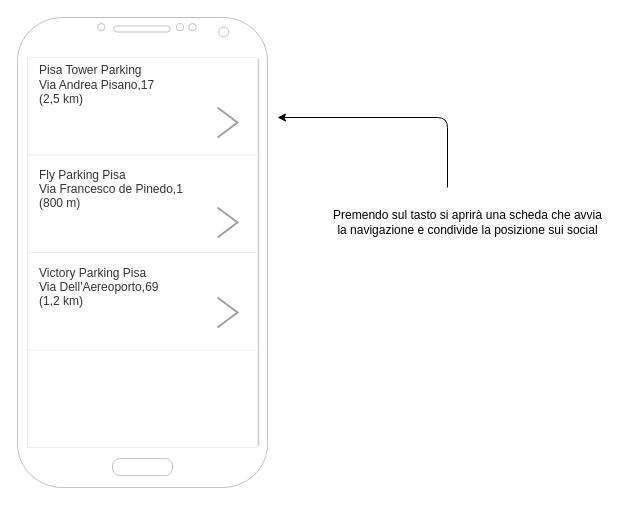
Earlier version of the draw.io diagram Wireframe.drawio (atzorialex/2020-21-webdesign-verifica). Source tidied: cells renumbered, new cells numbered last; positions are measured from the earlier drawing's top-left corner, leaving out a move shared by most shapes. Both pictures are drawn from the tidied source at 100%, with x=0, y=0 at pixel (17, 17).
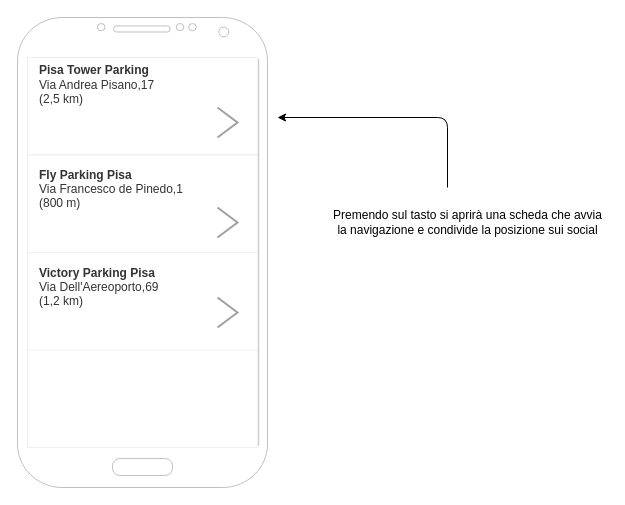
The same diagram, later.

Diff of the diagram source:
```diff
@@
 <mxGraphModel>
   <root>
     <mxCell id="0" />
     <mxCell id="1" parent="0" />
     <mxCell id="2" style="verticalLabelPosition=bottom;verticalAlign=top;html=1;shadow=0;dashed=0;strokeWidth=1;shape=mxgraph.android.phone2;strokeColor=#c0c0c0;" parent="1" vertex="1">
       <mxGeometry width="250" height="470" as="geometry" />
     </mxCell>
     <mxCell id="3" style="strokeWidth=1;html=1;shadow=0;dashed=0;shape=mxgraph.android.rrect;rSize=0;strokeColor=#eeeeee;fillColor=#ffffff;gradientColor=none;" parent="1" vertex="1">
       <mxGeometry x="10" y="40" width="230" height="390" as="geometry" />
     </mxCell>
-    <mxCell id="4" value="&lt;span style=&quot;font-size: 12px&quot;&gt;Pisa Tower Parking&lt;br&gt;Via Andrea Pisano,17&lt;br&gt;(2,5 km)&lt;br&gt;&lt;br&gt;&lt;br&gt;&lt;br&gt;&lt;/span&gt;" style="strokeColor=inherit;fillColor=inherit;gradientColor=inherit;strokeWidth=1;html=1;shadow=0;dashed=0;shape=mxgraph.android.rrect;rSize=0;align=left;spacingLeft=10;fontSize=8;fontColor=#333333;" parent="3" vertex="1">
+    <mxCell id="4" value="&lt;span style=&quot;font-size: 12px&quot;&gt;&lt;b&gt;Pisa Tower Parking&lt;/b&gt;&lt;br&gt;Via Andrea Pisano,17&lt;br&gt;(2,5 km)&lt;br&gt;&lt;br&gt;&lt;br&gt;&lt;br&gt;&lt;/span&gt;" style="strokeColor=inherit;fillColor=inherit;gradientColor=inherit;strokeWidth=1;html=1;shadow=0;dashed=0;shape=mxgraph.android.rrect;rSize=0;align=left;spacingLeft=10;fontSize=8;fontColor=#333333;" parent="3" vertex="1">
       <mxGeometry width="230" height="97.5" as="geometry" />
     </mxCell>
-    <mxCell id="5" value="&lt;font style=&quot;font-size: 12px&quot;&gt;Fly Parking Pisa&lt;br&gt;Via Francesco de Pinedo,1&lt;br&gt;(800 m)&lt;br&gt;&lt;br&gt;&lt;br&gt;&lt;/font&gt;" style="strokeColor=inherit;fillColor=inherit;gradientColor=inherit;strokeWidth=1;html=1;shadow=0;dashed=0;shape=mxgraph.android.rrect;rSize=0;align=left;spacingLeft=10;fontSize=8;fontColor=#333333;" parent="3" vertex="1">
+    <mxCell id="5" value="&lt;font style=&quot;font-size: 12px&quot;&gt;&lt;b&gt;Fly Parking Pisa&lt;br&gt;&lt;/b&gt;Via Francesco de Pinedo,1&lt;br&gt;(800 m)&lt;br&gt;&lt;br&gt;&lt;br&gt;&lt;/font&gt;" style="strokeColor=inherit;fillColor=inherit;gradientColor=inherit;strokeWidth=1;html=1;shadow=0;dashed=0;shape=mxgraph.android.rrect;rSize=0;align=left;spacingLeft=10;fontSize=8;fontColor=#333333;" parent="3" vertex="1">
       <mxGeometry y="97.5" width="230" height="97.5" as="geometry" />
     </mxCell>
     <mxCell id="6" style="html=1;verticalLabelPosition=bottom;labelBackgroundColor=#ffffff;verticalAlign=top;shadow=0;dashed=0;strokeWidth=2;shape=mxgraph.ios7.misc.more;strokeColor=#a0a0a0;" parent="3" vertex="1">
       <mxGeometry x="190" y="50" width="20" height="30" as="geometry" />
     </mxCell>
     <mxCell id="7" style="html=1;verticalLabelPosition=bottom;labelBackgroundColor=#ffffff;verticalAlign=top;shadow=0;dashed=0;strokeWidth=2;shape=mxgraph.ios7.misc.more;strokeColor=#a0a0a0;" parent="3" vertex="1">
       <mxGeometry x="190" y="150" width="20" height="30" as="geometry" />
     </mxCell>
-    <mxCell id="8" value="&lt;font style=&quot;font-size: 12px&quot;&gt;Victory Parking Pisa&lt;br&gt;Via Dell'Aereoporto,69&lt;br&gt;(1,2 km)&lt;br&gt;&lt;br&gt;&lt;br&gt;&lt;/font&gt;" style="strokeColor=inherit;fillColor=inherit;gradientColor=inherit;strokeWidth=1;html=1;shadow=0;dashed=0;shape=mxgraph.android.rrect;rSize=0;align=left;spacingLeft=10;fontSize=8;fontColor=#333333;" parent="3" vertex="1">
+    <mxCell id="8" value="&lt;font style=&quot;font-size: 12px&quot;&gt;&lt;b&gt;Victory Parking Pisa&lt;br&gt;&lt;/b&gt;Via Dell'Aereoporto,69&lt;br&gt;(1,2 km)&lt;br&gt;&lt;br&gt;&lt;br&gt;&lt;/font&gt;" style="strokeColor=inherit;fillColor=inherit;gradientColor=inherit;strokeWidth=1;html=1;shadow=0;dashed=0;shape=mxgraph.android.rrect;rSize=0;align=left;spacingLeft=10;fontSize=8;fontColor=#333333;" parent="3" vertex="1">
       <mxGeometry y="195" width="230" height="97.5" as="geometry" />
     </mxCell>
     <mxCell id="9" style="html=1;verticalLabelPosition=bottom;labelBackgroundColor=#ffffff;verticalAlign=top;shadow=0;dashed=0;strokeWidth=2;shape=mxgraph.ios7.misc.more;strokeColor=#a0a0a0;" parent="3" vertex="1">
       <mxGeometry x="190" y="240" width="20" height="30" as="geometry" />
     </mxCell>
     <mxCell id="10" value="Premendo sul tasto si aprirà una scheda che avvia &lt;br&gt;la navigazione e condivide la posizione sui social" style="text;html=1;align=center;verticalAlign=middle;" parent="1" vertex="1">
       <mxGeometry x="310" y="190" width="280" height="30" as="geometry" />
     </mxCell>
     <mxCell id="11" style="endArrow=classic;html=1;" parent="1" edge="1">
       <mxGeometry relative="1" as="geometry">
         <mxPoint x="430" y="170" as="sourcePoint" />
         <mxPoint x="260" y="100" as="targetPoint" />
         <Array as="points">
           <mxPoint x="430" y="100" />
         </Array>
       </mxGeometry>
     </mxCell>
   </root>
 </mxGraphModel>
```
